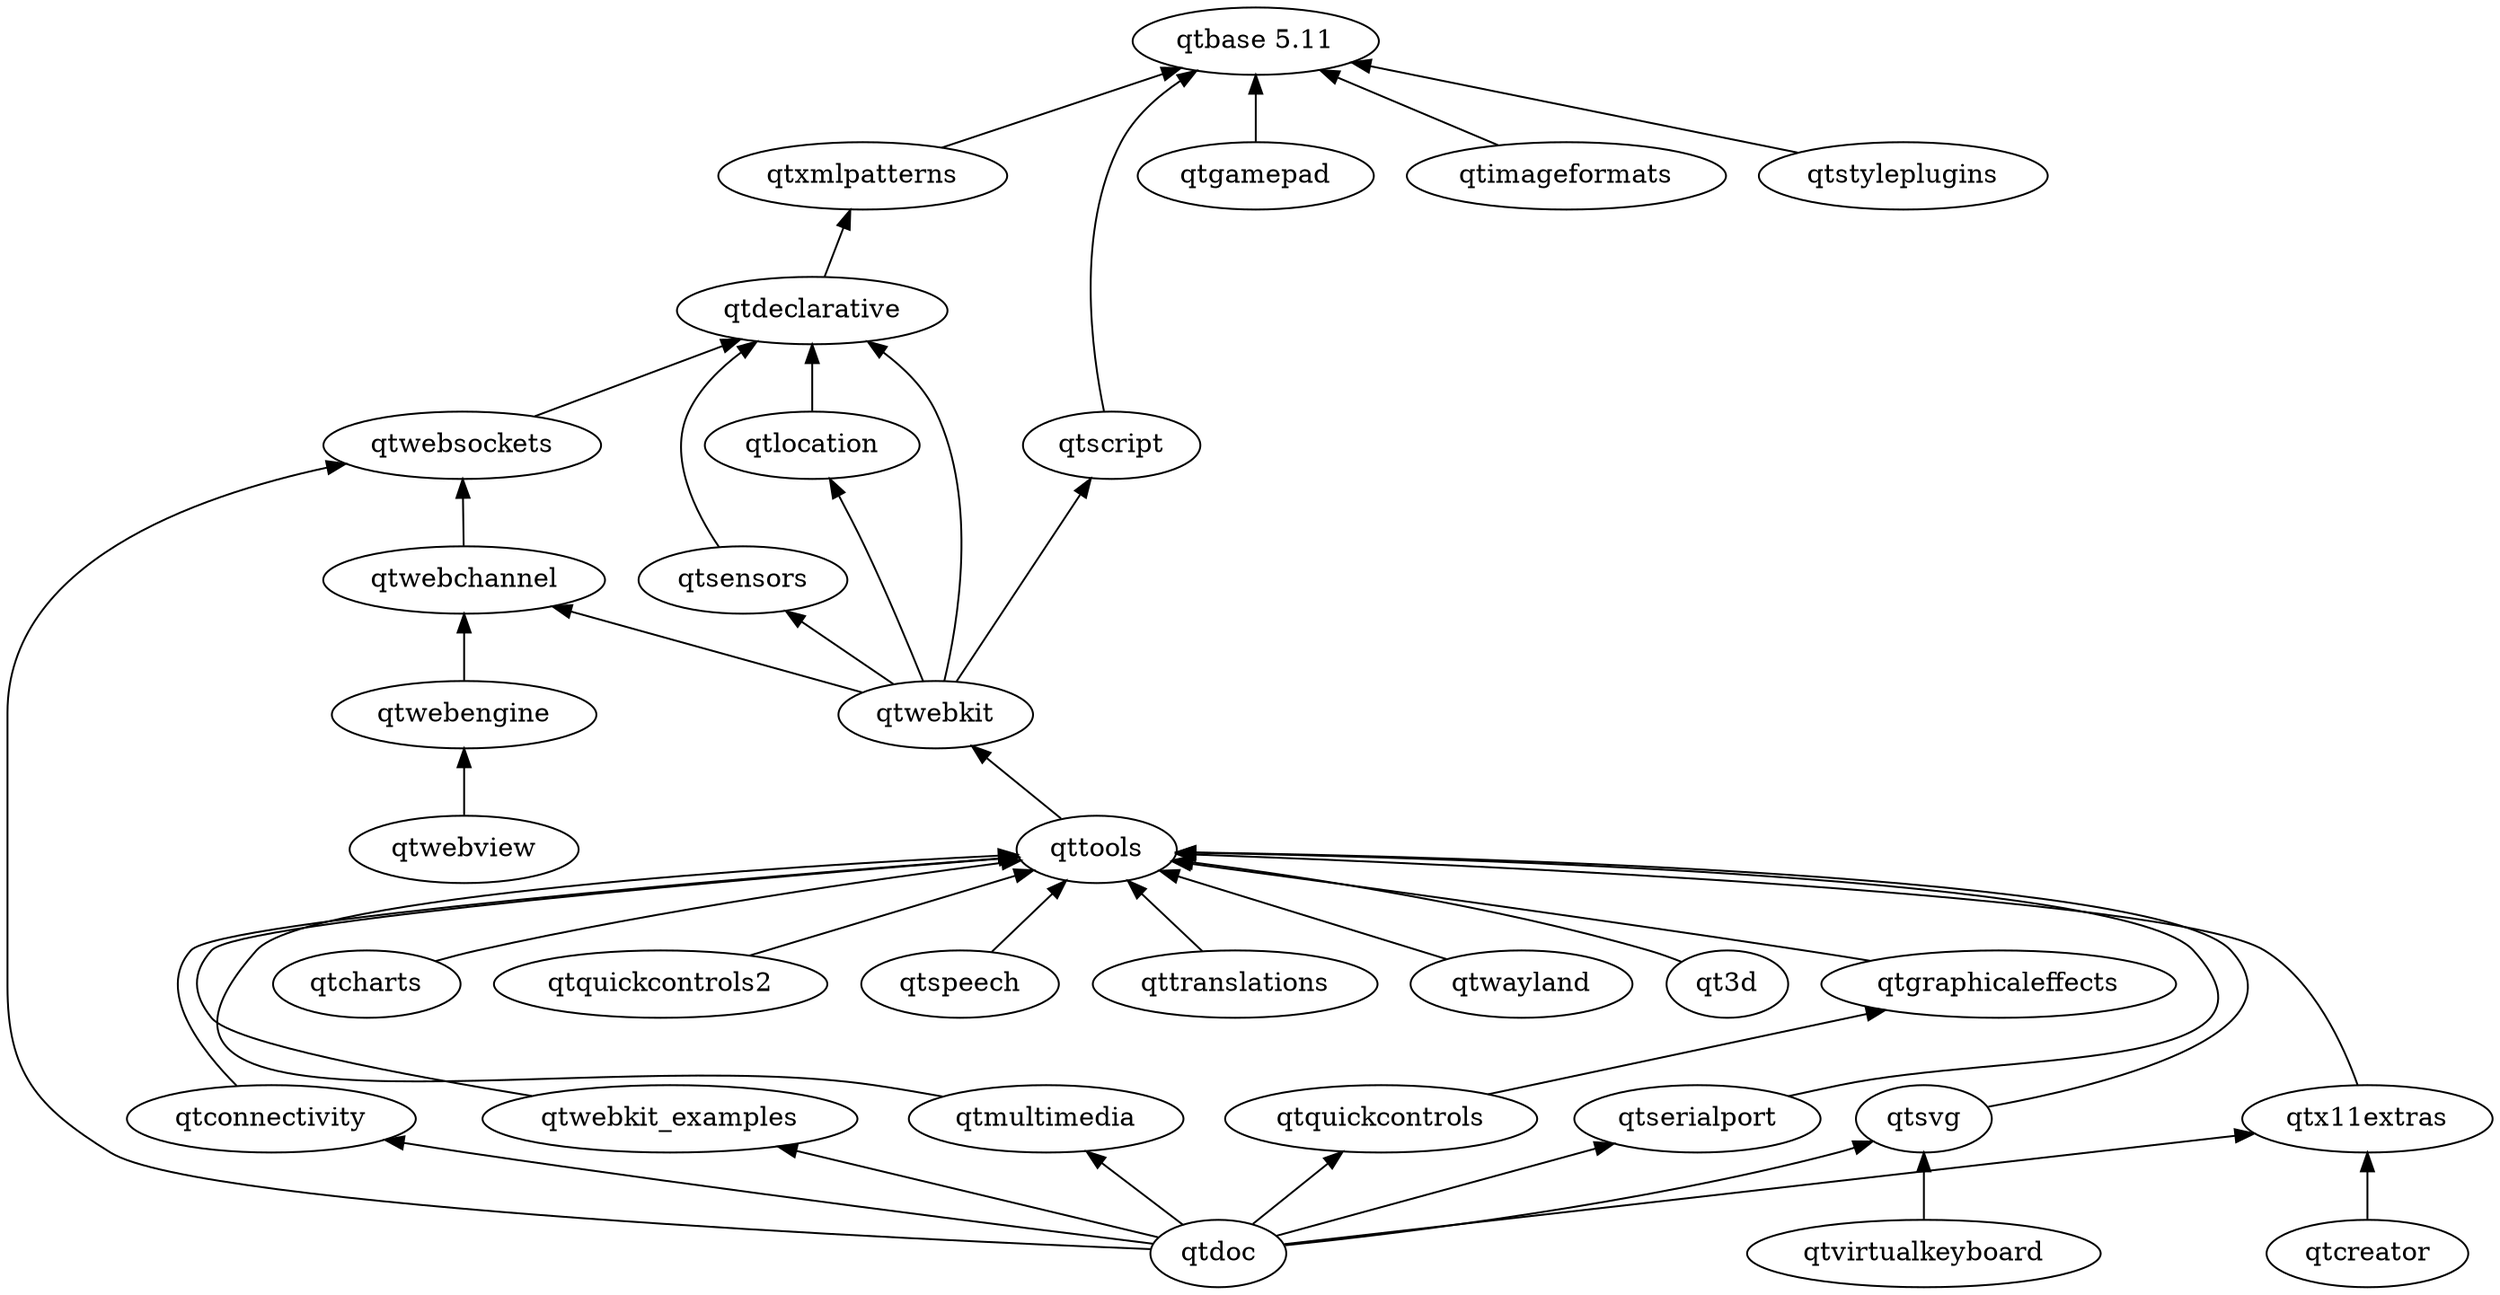
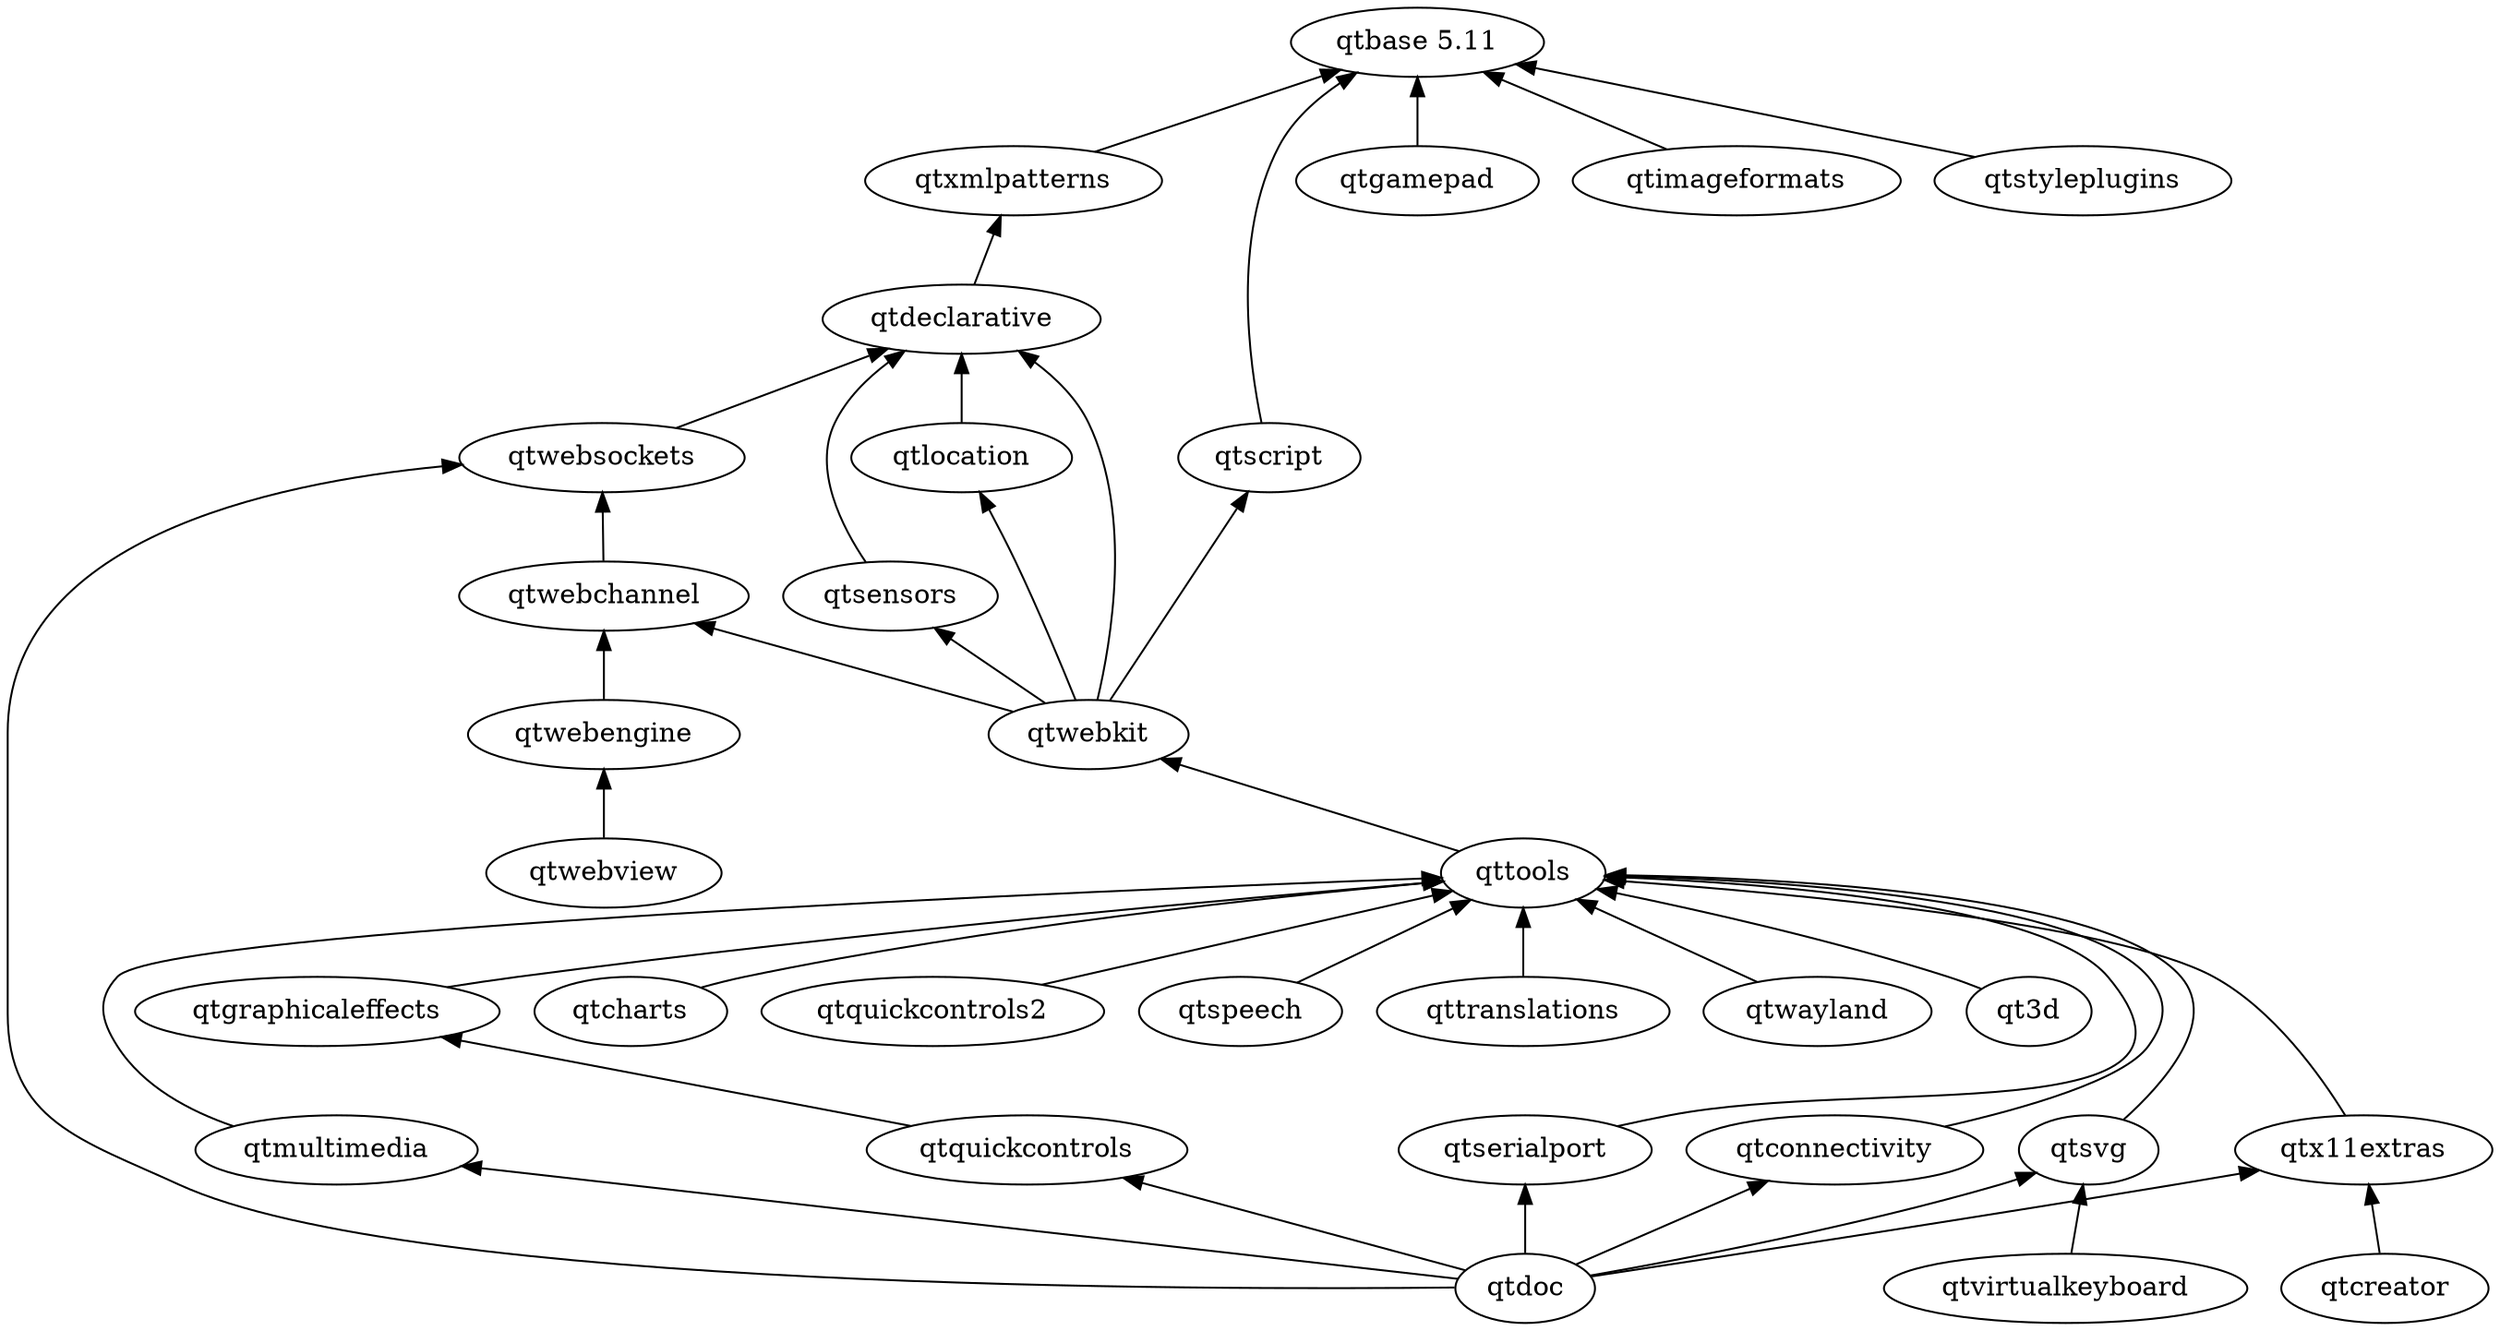
digraph qt5 {
  graph [
    rankdir = "BT"
  ]

  qt3d
  "qtbase 5.11"
  qtcharts
  qtconnectivity
  qtcreator
  qtdeclarative
  qtdoc
  qtgamepad
  qtgraphicaleffects
  qtimageformats
  qtlocation
  qtmultimedia
  qtquickcontrols
  qtquickcontrols2
  qtscript
  qtsensors
  qtserialport
  qtspeech
  qtstyleplugins
  qtsvg
  qttools
  qttranslations
  qtvirtualkeyboard
  qtwayland
  qtwebchannel
  qtwebengine
  qtwebkit
-   qtwebkit_examples
  qtwebsockets
  qtx11extras
  qtxmlpatterns

  qt3d -> qttools
  qtcharts -> qttools
  qtconnectivity -> qttools
  qtcreator -> qtx11extras
  qtdeclarative -> qtxmlpatterns
  qtdoc -> qtconnectivity
  qtdoc -> qtmultimedia
  qtdoc -> qtquickcontrols
  qtdoc -> qtserialport
  qtdoc -> qtsvg
-   qtdoc -> qtwebkit_examples
  qtdoc -> qtwebsockets
  qtdoc -> qtx11extras
  qtgamepad -> "qtbase 5.11"
  qtgraphicaleffects -> qttools
  qtimageformats -> "qtbase 5.11"
  qtlocation -> qtdeclarative
  qtmultimedia -> qttools
  qtquickcontrols -> qtgraphicaleffects
  qtquickcontrols2 -> qttools
  qtscript -> "qtbase 5.11"
  qtsensors ->qtdeclarative
  qtserialport -> qttools
  qtspeech -> qttools
  qtstyleplugins -> "qtbase 5.11"
  qtsvg -> qttools
  qttools -> qtwebkit
  qttranslations -> qttools
  qtvirtualkeyboard -> qtsvg
  qtwayland -> qttools
  qtwebchannel -> qtwebsockets
  qtwebengine -> qtwebchannel
  qtwebview -> qtwebengine
  qtwebkit -> qtdeclarative
  qtwebkit -> qtlocation
  qtwebkit -> qtscript
  qtwebkit -> qtsensors
  qtwebkit -> qtwebchannel
-   qtwebkit_examples -> qttools
  qtwebsockets -> qtdeclarative
  qtx11extras -> qttools
  qtxmlpatterns -> "qtbase 5.11"
}
